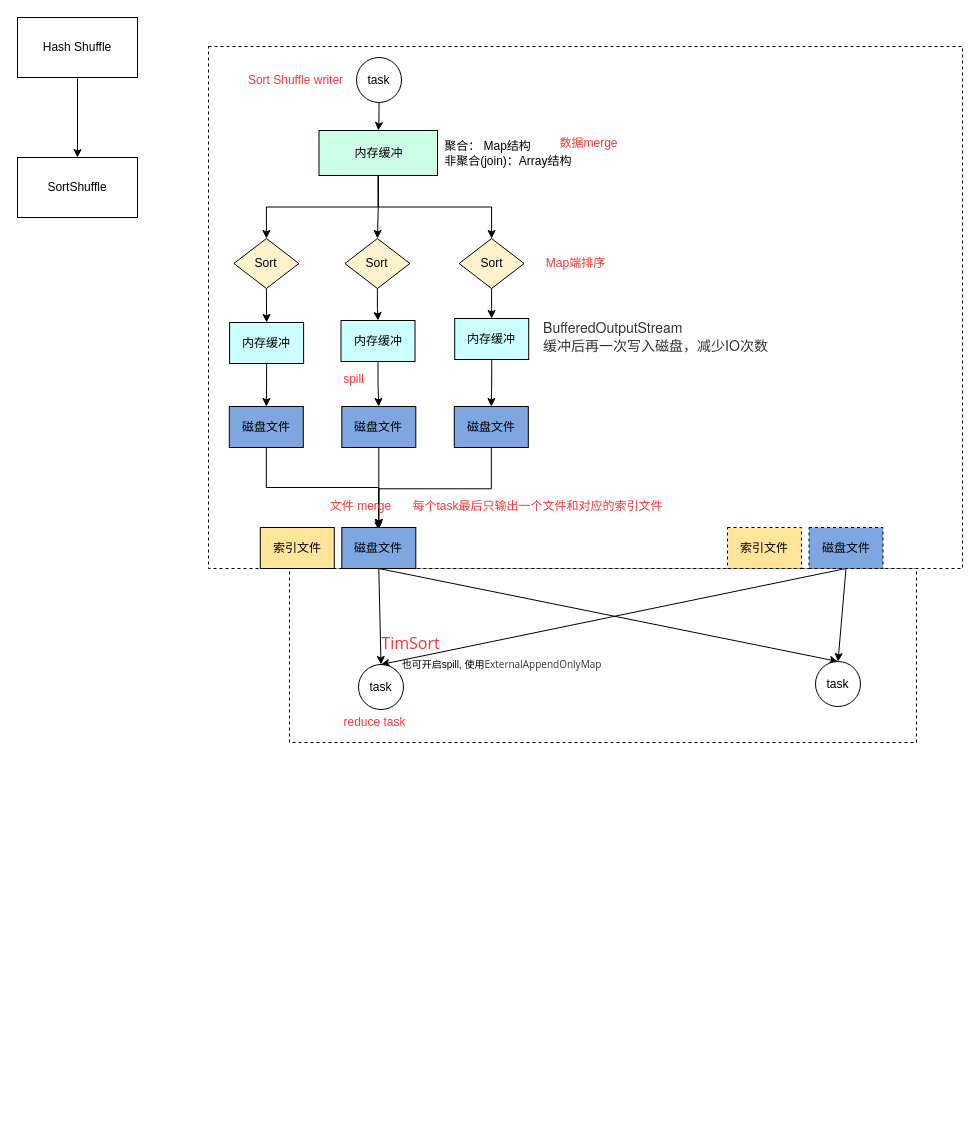
This is page "spark shuffle" (2 of 6) of docs/algorithm/算法.drawio from luckywind/TechWorld, a draw.io file, before an edit. Source tidied: cells renumbered, new cells numbered last; positions are measured from the earlier drawing's top-left corner, leaving out a move shared by most shapes. Both pictures are drawn from the tidied source at 100%, with x=0, y=0 at pixel (17, 17).
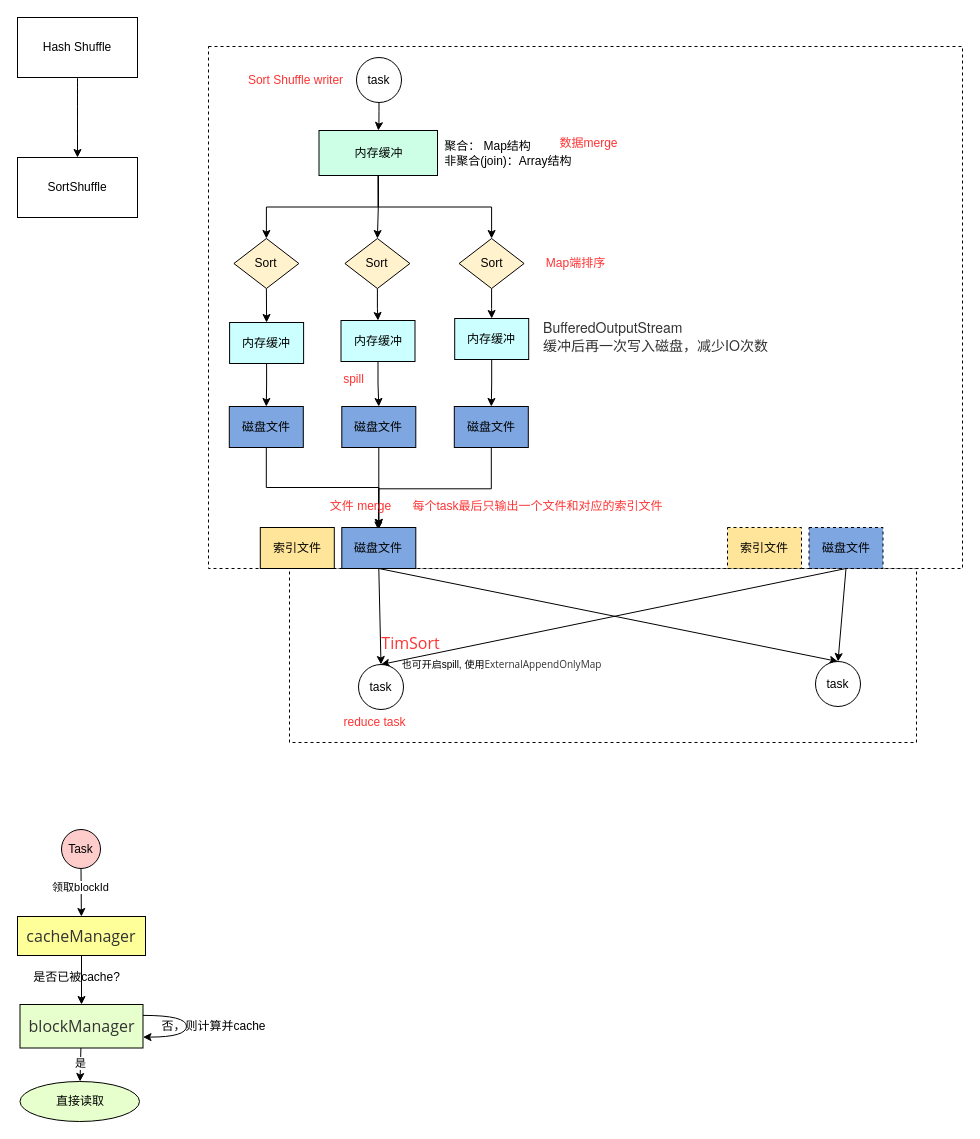
After the change.

The edit, as a diff of the source:
```diff
@@
+    <mxCell id="52" style="edgeStyle=none;rounded=0;jettySize=auto;html=1;startArrow=none;startFill=0;endArrow=classic;endFill=1;" parent="1" edge="1" source="54" target="56">
+      <mxGeometry relative="1" as="geometry" />
+    </mxCell>
+    <mxCell id="53" value="领取blockId" style="edgeLabel;html=1;align=center;verticalAlign=middle;" parent="52" vertex="1">
+      <mxGeometry x="-0.27" y="-1" relative="1" as="geometry" />
+    </mxCell>
+    <mxCell id="54" value="Task" style="ellipse;whiteSpace=wrap;html=1;fillColor=#FFCCCC;" parent="1" vertex="1">
+      <mxGeometry x="44" y="812" width="39" height="39" as="geometry" />
+    </mxCell>
+    <mxCell id="55" style="edgeStyle=none;rounded=0;jettySize=auto;html=1;startArrow=none;startFill=0;endArrow=classic;endFill=1;" parent="1" edge="1" source="56" target="60">
+      <mxGeometry relative="1" as="geometry" />
+    </mxCell>
+    <mxCell id="56" value="&lt;span style=&quot;caret-color: rgb(51, 51, 51); color: rgb(51, 51, 51); font-family: &amp;quot;Open Sans&amp;quot;, &amp;quot;Clear Sans&amp;quot;, &amp;quot;Helvetica Neue&amp;quot;, Helvetica, Arial, sans-serif; font-size: 16px; orphans: 4; text-align: start; text-size-adjust: auto;&quot;&gt;cacheManager&lt;/span&gt;" style="whiteSpace=wrap;html=1;fillColor=#FFFF99;" parent="1" vertex="1">
+      <mxGeometry y="899" width="128" height="39" as="geometry" />
+    </mxCell>
+    <mxCell id="57" style="edgeStyle=none;rounded=0;jettySize=auto;html=1;startArrow=none;startFill=0;endArrow=classic;endFill=1;" parent="1" edge="1" source="60" target="62">
+      <mxGeometry relative="1" as="geometry" />
+    </mxCell>
+    <mxCell id="58" value="是" style="edgeLabel;html=1;align=center;verticalAlign=middle;" parent="57" vertex="1">
+      <mxGeometry x="-0.13" y="-1" relative="1" as="geometry" />
+    </mxCell>
+    <mxCell id="59" style="edgeStyle=orthogonalEdgeStyle;rounded=0;orthogonalLoop=1;jettySize=auto;html=1;exitX=1;exitY=0.25;exitDx=0;exitDy=0;startArrow=none;startFill=0;endArrow=classic;endFill=1;curved=1;entryX=1;entryY=0.75;entryDx=0;entryDy=0;" parent="1" edge="1" source="60" target="60">
+      <mxGeometry relative="1" as="geometry">
+        <Array as="points">
+          <mxPoint x="169" y="998" />
+          <mxPoint x="169" y="1020" />
+        </Array>
+      </mxGeometry>
+    </mxCell>
+    <mxCell id="60" value="&lt;span style=&quot;caret-color: rgb(51, 51, 51); color: rgb(51, 51, 51); font-family: &amp;quot;Open Sans&amp;quot;, &amp;quot;Clear Sans&amp;quot;, &amp;quot;Helvetica Neue&amp;quot;, Helvetica, Arial, sans-serif; font-size: 16px; orphans: 4; text-align: start; text-size-adjust: auto;&quot;&gt;blockManager&lt;/span&gt;" style="whiteSpace=wrap;html=1;fillColor=#E6FFCC;" parent="1" vertex="1">
+      <mxGeometry x="2.5" y="987" width="123" height="43.5" as="geometry" />
+    </mxCell>
+    <mxCell id="61" value="是否已被cache?" style="text;html=1;align=center;verticalAlign=middle;strokeColor=none;fillColor=none;" parent="1" vertex="1">
+      <mxGeometry x="6" y="947" width="105" height="26" as="geometry" />
+    </mxCell>
+    <mxCell id="62" value="直接读取" style="ellipse;whiteSpace=wrap;html=1;fillColor=#E6FFCC;" parent="1" vertex="1">
+      <mxGeometry x="2.5" y="1064" width="119.5" height="40" as="geometry" />
+    </mxCell>
+    <mxCell id="63" value="否，则计算并cache" style="text;html=1;align=center;verticalAlign=middle;strokeColor=none;fillColor=none;" parent="1" vertex="1">
+      <mxGeometry x="135" y="995.8" width="122" height="26" as="geometry" />
+    </mxCell>
```
